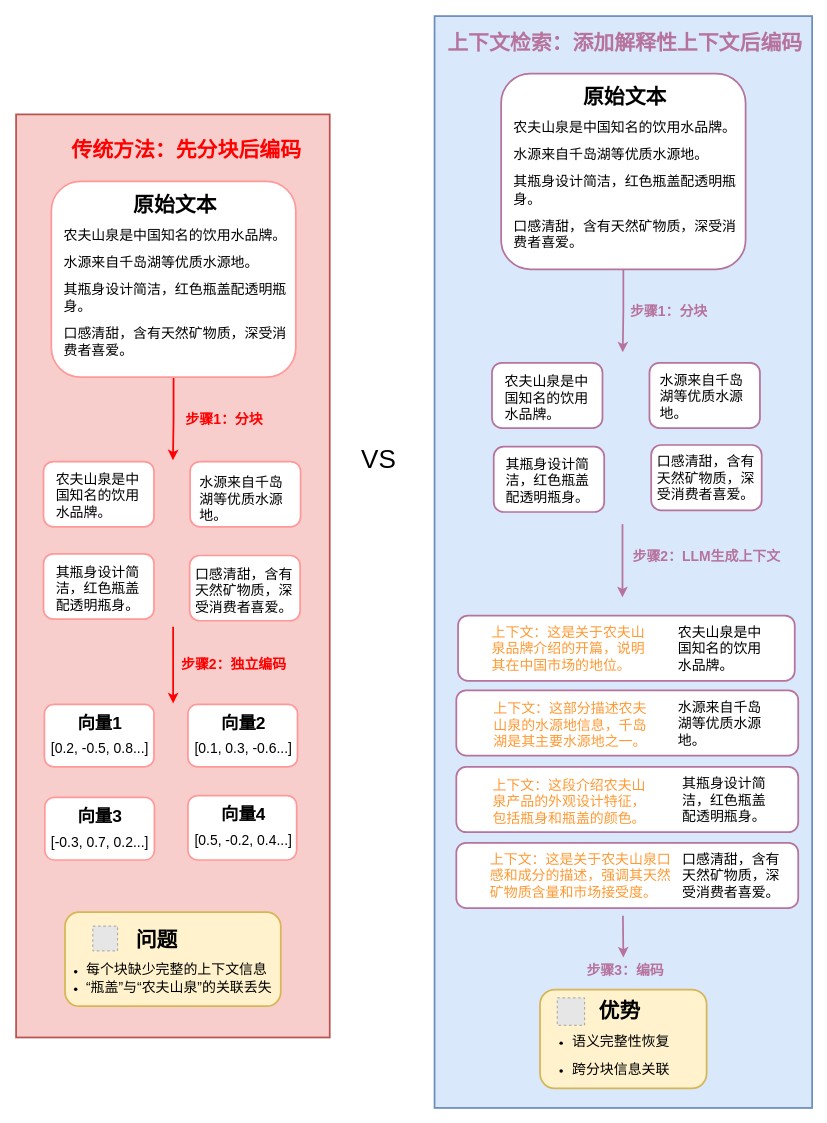
real-jiakai/draw keeps this draw.io diagram as diagrams/contextual_retrieval.drawio. Above is the earlier version. Source tidied: cells renumbered, new cells numbered last; positions are measured from the earlier drawing's top-left corner, leaving out a move shared by most shapes. Both pictures are drawn from the tidied source at 87%, with x=0, y=0 at pixel (16, 16). Pictures stored in the file or linked from it are replaced by grey dashed boxes.
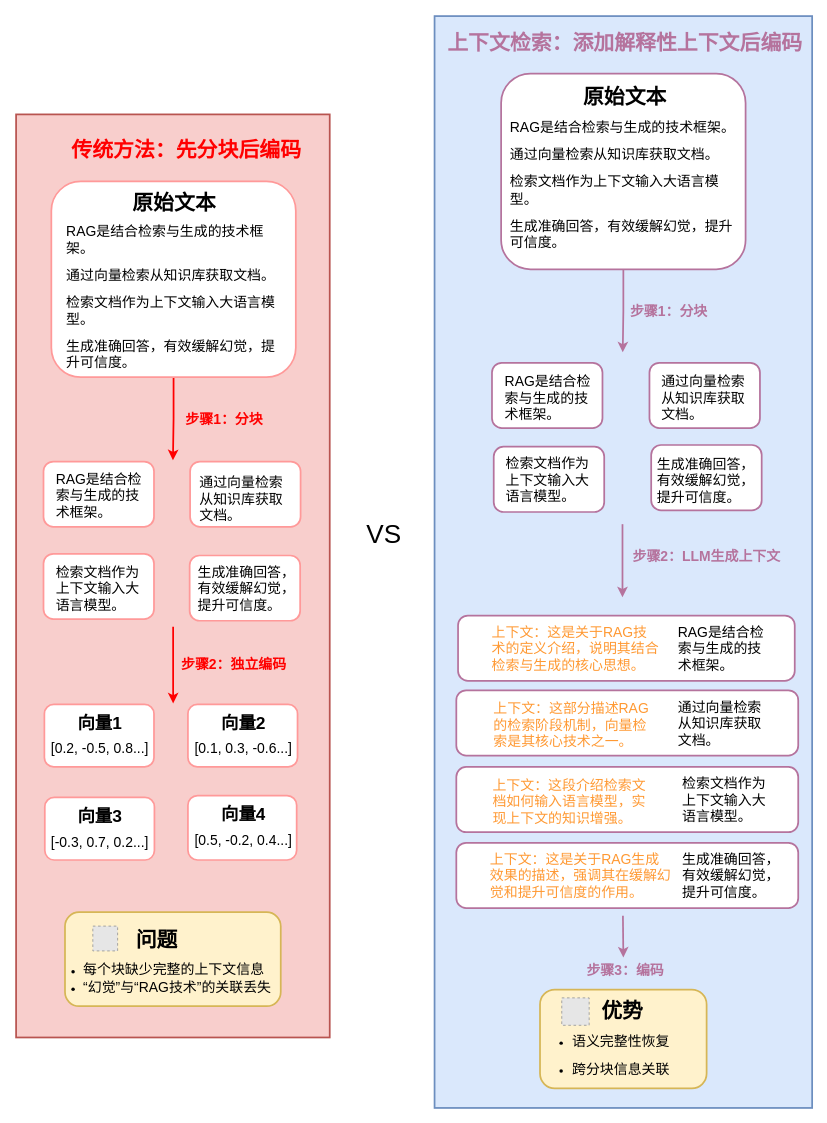
Above is the later version.

Change to the diagram source:
```diff
@@
-    <mxCell id="10" value="&lt;p style=&quot;text-align: left;&quot; dir=&quot;auto&quot;&gt;&lt;font style=&quot;font-size: 16px;&quot;&gt;农夫山泉是中国知名的饮用水品牌。&lt;/font&gt;&lt;/p&gt;&lt;p style=&quot;text-align: left;&quot; dir=&quot;auto&quot;&gt;&lt;font style=&quot;font-size: 16px;&quot;&gt;水源来自千岛湖等优质水源地。&lt;/font&gt;&lt;/p&gt;&lt;p style=&quot;text-align: left;&quot; dir=&quot;auto&quot;&gt;&lt;font style=&quot;font-size: 16px;&quot;&gt;其瓶身设计简洁，红色瓶盖配透明瓶身。&lt;/font&gt;&lt;/p&gt;&lt;p style=&quot;text-align: left;&quot; dir=&quot;auto&quot;&gt;&lt;font style=&quot;font-size: 16px;&quot;&gt;口感清甜，含有天然矿物质，&lt;/font&gt;&lt;span style=&quot;font-size: 16px; background-color: transparent; color: light-dark(rgb(0, 0, 0), rgb(255, 255, 255));&quot;&gt;深受消费者喜爱。&lt;/span&gt;&lt;/p&gt;" style="text;html=1;align=center;verticalAlign=middle;whiteSpace=wrap;rounded=0;" parent="1" vertex="1">
-      <mxGeometry x="54" y="231" width="263" height="174" as="geometry" />
+    <mxCell id="10" value="&lt;p style=&quot;text-align: left;&quot; dir=&quot;auto&quot;&gt;&lt;span style=&quot;font-size: 16px;&quot;&gt;RAG是结合检索与生成的技术框架。&lt;/span&gt;&lt;/p&gt;&lt;p style=&quot;text-align: left;&quot; dir=&quot;auto&quot;&gt;&lt;span style=&quot;font-size: 16px;&quot;&gt;通过向量检索从知识库获取文档。&lt;/span&gt;&lt;/p&gt;&lt;p style=&quot;text-align: left;&quot; dir=&quot;auto&quot;&gt;&lt;span style=&quot;font-size: 16px;&quot;&gt;检索文档作为上下文输入大语言模型。&lt;/span&gt;&lt;/p&gt;&lt;p style=&quot;text-align: left;&quot; dir=&quot;auto&quot;&gt;&lt;span style=&quot;font-size: 16px;&quot;&gt;生成准确回答，有效缓解幻觉，提升可信度。&lt;/span&gt;&lt;/p&gt;" style="text;html=1;align=center;verticalAlign=middle;whiteSpace=wrap;rounded=0;" parent="1" vertex="1">
+      <mxGeometry x="56.8" y="244" width="256.4" height="158.5" as="geometry" />
     </mxCell>
     <mxCell id="11" value="&lt;h1 style=&quot;margin-top: 0px;&quot;&gt;原始文本&lt;/h1&gt;" style="text;html=1;whiteSpace=wrap;overflow=hidden;rounded=0;" parent="1" vertex="1">
-      <mxGeometry x="132.5" y="197" width="106" height="43" as="geometry" />
+      <mxGeometry x="132" y="194" width="106" height="43" as="geometry" />
     </mxCell>
-    <mxCell id="12" value="&lt;p dir=&quot;auto&quot;&gt;&lt;font style=&quot;font-size: 16px;&quot;&gt;农夫山泉是中国知名的饮用水品牌。&lt;/font&gt;&lt;/p&gt;" style="text;html=1;align=left;verticalAlign=middle;whiteSpace=wrap;rounded=0;" parent="1" vertex="1">
+    <mxCell id="12" value="&lt;p dir=&quot;auto&quot;&gt;&lt;font style=&quot;font-size: 16px;&quot;&gt;RAG是结合检索与生成的技术框架。&lt;/font&gt;&lt;/p&gt;" style="text;html=1;align=left;verticalAlign=middle;whiteSpace=wrap;rounded=0;" parent="1" vertex="1">
       <mxGeometry x="44" y="527.5" width="111" height="47" as="geometry" />
     </mxCell>
-    <mxCell id="13" value="&lt;p dir=&quot;auto&quot;&gt;&lt;font style=&quot;font-size: 16px;&quot;&gt;水源来自千岛湖等&lt;span style=&quot;background-color: transparent; color: light-dark(rgb(0, 0, 0), rgb(255, 255, 255));&quot;&gt;优质水源地。&lt;/span&gt;&lt;/font&gt;&lt;/p&gt;" style="text;html=1;align=left;verticalAlign=middle;whiteSpace=wrap;rounded=0;" parent="1" vertex="1">
+    <mxCell id="13" value="&lt;p dir=&quot;auto&quot;&gt;&lt;span style=&quot;font-size: 16px;&quot;&gt;通过向量检索从知识库获取文档。&lt;/span&gt;&lt;/p&gt;" style="text;html=1;align=left;verticalAlign=middle;whiteSpace=wrap;rounded=0;" parent="1" vertex="1">
       <mxGeometry x="209" y="530" width="108" height="50" as="geometry" />
     </mxCell>
-    <mxCell id="14" value="&lt;p dir=&quot;auto&quot;&gt;&lt;font style=&quot;font-size: 16px;&quot;&gt;其瓶身设计简洁，&lt;span style=&quot;background-color: transparent; color: light-dark(rgb(0, 0, 0), rgb(255, 255, 255));&quot;&gt;红色瓶盖配透明瓶身。&lt;/span&gt;&lt;/font&gt;&lt;/p&gt;" style="text;html=1;align=left;verticalAlign=middle;whiteSpace=wrap;rounded=0;" parent="1" vertex="1">
+    <mxCell id="14" value="&lt;p dir=&quot;auto&quot;&gt;&lt;span style=&quot;font-size: 16px;&quot;&gt;检索文档作为上下文输入大语言模型。&lt;/span&gt;&lt;/p&gt;" style="text;html=1;align=left;verticalAlign=middle;whiteSpace=wrap;rounded=0;" parent="1" vertex="1">
       <mxGeometry x="44" y="632" width="108" height="51" as="geometry" />
     </mxCell>
-    <mxCell id="15" value="&lt;p dir=&quot;auto&quot;&gt;&lt;font style=&quot;font-size: 16px;&quot;&gt;口感清甜，&lt;span style=&quot;background-color: transparent; color: light-dark(rgb(0, 0, 0), rgb(255, 255, 255));&quot;&gt;含有天然矿物质，&lt;/span&gt;&lt;span style=&quot;background-color: transparent; color: light-dark(rgb(0, 0, 0), rgb(255, 255, 255));&quot;&gt;深受消费者喜爱。&lt;/span&gt;&lt;/font&gt;&lt;/p&gt;" style="text;html=1;align=left;verticalAlign=middle;whiteSpace=wrap;rounded=0;" parent="1" vertex="1">
-      <mxGeometry x="204" y="631" width="120.5" height="57" as="geometry" />
+    <mxCell id="15" value="&lt;p dir=&quot;auto&quot;&gt;&lt;span style=&quot;font-size: 16px;&quot;&gt;生成准确回答，有效缓解幻觉，提升可信度。&lt;/span&gt;&lt;/p&gt;" style="text;html=1;align=left;verticalAlign=middle;whiteSpace=wrap;rounded=0;" parent="1" vertex="1">
+      <mxGeometry x="206.8" y="629" width="120.5" height="57" as="geometry" />
     </mxCell>
@@
-    <mxCell id="30" value="&lt;p dir=&quot;auto&quot;&gt;&lt;/p&gt;&lt;ul&gt;&lt;li style=&quot;text-align: left;&quot;&gt;&lt;span style=&quot;background-color: transparent; color: light-dark(rgb(0, 0, 0), rgb(255, 255, 255));&quot;&gt;&lt;font style=&quot;font-size: 16px;&quot;&gt;每个块缺少完整的上下文信息&lt;/font&gt;&lt;/span&gt;&lt;/li&gt;&lt;li style=&quot;text-align: left;&quot;&gt;&lt;span style=&quot;background-color: transparent; color: light-dark(rgb(0, 0, 0), rgb(255, 255, 255));&quot;&gt;&lt;font style=&quot;font-size: 16px;&quot;&gt;“瓶盖”与“农夫山泉”的关联丢失&lt;/font&gt;&lt;/span&gt;&lt;/li&gt;&lt;/ul&gt;" style="text;html=1;align=center;verticalAlign=middle;whiteSpace=wrap;rounded=0;" parent="1" vertex="1">
-      <mxGeometry x="38.5" y="1074.5" width="257" height="62" as="geometry" />
+    <mxCell id="30" value="&lt;p dir=&quot;auto&quot;&gt;&lt;/p&gt;&lt;ul&gt;&lt;li style=&quot;text-align: left;&quot;&gt;&lt;span style=&quot;background-color: transparent; color: light-dark(rgb(0, 0, 0), rgb(255, 255, 255));&quot;&gt;&lt;font style=&quot;font-size: 16px;&quot;&gt;每个块缺少完整的上下文信息&lt;/font&gt;&lt;/span&gt;&lt;/li&gt;&lt;li style=&quot;text-align: left;&quot;&gt;&lt;span style=&quot;font-size: 16px;&quot;&gt;“幻觉”与“RAG技术”的关联丢失&lt;/span&gt;&lt;/li&gt;&lt;/ul&gt;" style="text;html=1;align=center;verticalAlign=middle;whiteSpace=wrap;rounded=0;" parent="1" vertex="1">
+      <mxGeometry x="35.5" y="1074.5" width="259" height="62" as="geometry" />
     </mxCell>
@@
-    <mxCell id="39" value="&lt;p style=&quot;text-align: left;&quot; dir=&quot;auto&quot;&gt;&lt;font style=&quot;font-size: 16px;&quot;&gt;农夫山泉是中国知名的饮用水品牌。&lt;/font&gt;&lt;/p&gt;&lt;p style=&quot;text-align: left;&quot; dir=&quot;auto&quot;&gt;&lt;font style=&quot;font-size: 16px;&quot;&gt;水源来自千岛湖等优质水源地。&lt;/font&gt;&lt;/p&gt;&lt;p style=&quot;text-align: left;&quot; dir=&quot;auto&quot;&gt;&lt;font style=&quot;font-size: 16px;&quot;&gt;其瓶身设计简洁，红色瓶盖配透明瓶身。&lt;/font&gt;&lt;/p&gt;&lt;p style=&quot;text-align: left;&quot; dir=&quot;auto&quot;&gt;&lt;font style=&quot;font-size: 16px;&quot;&gt;口感清甜，含有天然矿物质，&lt;/font&gt;&lt;span style=&quot;font-size: 16px; background-color: transparent; color: light-dark(rgb(0, 0, 0), rgb(255, 255, 255));&quot;&gt;深受消费者喜爱。&lt;/span&gt;&lt;/p&gt;" style="text;html=1;align=center;verticalAlign=middle;whiteSpace=wrap;rounded=0;" parent="1" vertex="1">
-      <mxGeometry x="571" y="107" width="263" height="174" as="geometry" />
+    <mxCell id="39" value="&lt;p dir=&quot;auto&quot; style=&quot;text-align: left;&quot;&gt;&lt;span style=&quot;font-size: 16px;&quot;&gt;RAG是结合检索与生成的技术框架。&lt;/span&gt;&lt;/p&gt;&lt;p dir=&quot;auto&quot; style=&quot;text-align: left;&quot;&gt;&lt;span style=&quot;font-size: 16px;&quot;&gt;通过向量检索从知识库获取文档。&lt;/span&gt;&lt;/p&gt;&lt;p dir=&quot;auto&quot; style=&quot;text-align: left;&quot;&gt;&lt;span style=&quot;font-size: 16px;&quot;&gt;检索文档作为上下文输入大语言模型。&lt;/span&gt;&lt;/p&gt;&lt;p dir=&quot;auto&quot; style=&quot;text-align: left;&quot;&gt;&lt;span style=&quot;font-size: 16px;&quot;&gt;生成准确回答，有效缓解幻觉，提升可信度。&lt;/span&gt;&lt;/p&gt;" style="text;html=1;align=center;verticalAlign=middle;whiteSpace=wrap;rounded=0;" parent="1" vertex="1">
+      <mxGeometry x="566.5" y="107" width="263" height="174" as="geometry" />
     </mxCell>
@@
     <mxCell id="41" value="&lt;h1 style=&quot;margin-top: 0px;&quot;&gt;优势&lt;/h1&gt;" style="text;html=1;whiteSpace=wrap;overflow=hidden;rounded=0;" parent="1" vertex="1">
-      <mxGeometry x="668" y="1123" width="58" height="42.5" as="geometry" />
+      <mxGeometry x="671" y="1123" width="58" height="42.5" as="geometry" />
     </mxCell>
@@
     <mxCell id="47" style="fillColor=#E6E6E6;strokeColor=#999999;dashed=1;verticalLabelPosition=bottom;labelBackgroundColor=default;verticalAlign=top;" parent="1" vertex="1">
-      <mxGeometry x="622" y="1128.5" width="31.5" height="31.5" as="geometry" />
+      <mxGeometry x="627.2" y="1128.5" width="31.5" height="31.5" as="geometry" />
     </mxCell>
     <mxCell id="48" value="&lt;font style=&quot;font-size: 30px;&quot;&gt;VS&lt;/font&gt;" style="text;html=1;align=center;verticalAlign=middle;whiteSpace=wrap;rounded=0;" parent="1" vertex="1">
-      <mxGeometry x="387" y="494" width="60" height="30" as="geometry" />
+      <mxGeometry x="393" y="580" width="60" height="30" as="geometry" />
     </mxCell>
@@
-    <mxCell id="50" value="&lt;p dir=&quot;auto&quot;&gt;&lt;font style=&quot;font-size: 16px;&quot;&gt;口感清甜，&lt;span style=&quot;background-color: transparent; color: light-dark(rgb(0, 0, 0), rgb(255, 255, 255));&quot;&gt;含有天然矿物质，&lt;/span&gt;&lt;span style=&quot;background-color: transparent; color: light-dark(rgb(0, 0, 0), rgb(255, 255, 255));&quot;&gt;深受消费者喜爱。&lt;/span&gt;&lt;/font&gt;&lt;/p&gt;" style="text;html=1;align=left;verticalAlign=middle;whiteSpace=wrap;rounded=0;" parent="1" vertex="1">
-      <mxGeometry x="734.5" y="502" width="120.5" height="57" as="geometry" />
+    <mxCell id="50" value="&lt;p dir=&quot;auto&quot;&gt;&lt;span style=&quot;font-size: 16px;&quot;&gt;生成准确回答，有效缓解幻觉，提升可信度。&lt;/span&gt;&lt;/p&gt;" style="text;html=1;align=left;verticalAlign=middle;whiteSpace=wrap;rounded=0;" parent="1" vertex="1">
+      <mxGeometry x="734.5" y="505" width="120.5" height="57" as="geometry" />
     </mxCell>
@@
-    <mxCell id="52" value="&lt;p dir=&quot;auto&quot;&gt;&lt;font style=&quot;font-size: 16px;&quot;&gt;其瓶身设计简洁，&lt;span style=&quot;background-color: transparent; color: light-dark(rgb(0, 0, 0), rgb(255, 255, 255));&quot;&gt;红色瓶盖配透明瓶身。&lt;/span&gt;&lt;/font&gt;&lt;/p&gt;" style="text;html=1;align=left;verticalAlign=middle;whiteSpace=wrap;rounded=0;" parent="1" vertex="1">
-      <mxGeometry x="561" y="508" width="108" height="51" as="geometry" />
+    <mxCell id="52" value="&lt;p dir=&quot;auto&quot;&gt;&lt;span style=&quot;font-size: 16px;&quot;&gt;检索文档作为上下文输入大语言模型。&lt;/span&gt;&lt;/p&gt;" style="text;html=1;align=left;verticalAlign=middle;whiteSpace=wrap;rounded=0;" parent="1" vertex="1">
+      <mxGeometry x="561" y="507" width="108" height="51" as="geometry" />
     </mxCell>
@@
-    <mxCell id="54" value="&lt;p dir=&quot;auto&quot;&gt;&lt;font style=&quot;font-size: 16px;&quot;&gt;农夫山泉是中国知名的饮用水品牌。&lt;/font&gt;&lt;/p&gt;" style="text;html=1;align=left;verticalAlign=middle;whiteSpace=wrap;rounded=0;" parent="1" vertex="1">
+    <mxCell id="54" value="&lt;p dir=&quot;auto&quot;&gt;&lt;font style=&quot;font-size: 16px;&quot;&gt;RAG是结合检索与生成的技术框架。&lt;/font&gt;&lt;/p&gt;" style="text;html=1;align=left;verticalAlign=middle;whiteSpace=wrap;rounded=0;" parent="1" vertex="1">
       <mxGeometry x="559.5" y="415" width="111" height="47" as="geometry" />
     </mxCell>
@@
-    <mxCell id="56" value="&lt;p dir=&quot;auto&quot;&gt;&lt;font style=&quot;font-size: 16px;&quot;&gt;水源来自千岛湖等&lt;span style=&quot;background-color: transparent; color: light-dark(rgb(0, 0, 0), rgb(255, 255, 255));&quot;&gt;优质水源地。&lt;/span&gt;&lt;/font&gt;&lt;/p&gt;" style="text;html=1;align=left;verticalAlign=middle;whiteSpace=wrap;rounded=0;" parent="1" vertex="1">
-      <mxGeometry x="737.5" y="412" width="108" height="50" as="geometry" />
+    <mxCell id="56" value="&lt;p dir=&quot;auto&quot;&gt;&lt;span style=&quot;font-size: 16px;&quot;&gt;通过向量检索从知识库获取文档。&lt;/span&gt;&lt;/p&gt;" style="text;html=1;align=left;verticalAlign=middle;whiteSpace=wrap;rounded=0;" parent="1" vertex="1">
+      <mxGeometry x="739.5" y="413.5" width="108" height="50" as="geometry" />
     </mxCell>
@@
-    <mxCell id="58" value="&lt;p dir=&quot;auto&quot;&gt;&lt;font style=&quot;font-size: 16px;&quot;&gt;农夫山泉是中国知名的饮用水品牌。&lt;/font&gt;&lt;/p&gt;" style="text;html=1;align=left;verticalAlign=middle;whiteSpace=wrap;rounded=0;" parent="1" vertex="1">
+    <mxCell id="58" value="&lt;p dir=&quot;auto&quot;&gt;&lt;span style=&quot;font-size: 16px;&quot;&gt;RAG是结合检索与生成的技术框架。&lt;/span&gt;&lt;/p&gt;" style="text;html=1;align=left;verticalAlign=middle;whiteSpace=wrap;rounded=0;" parent="1" vertex="1">
       <mxGeometry x="759" y="703" width="111" height="47" as="geometry" />
     </mxCell>
-    <mxCell id="59" value="&lt;p dir=&quot;auto&quot;&gt;&lt;font style=&quot;font-size: 16px; color: rgb(255, 153, 51);&quot;&gt;上下文：这是关于农夫山泉品牌介绍的开篇，说明其在中国市场的地位。&lt;/font&gt;&lt;/p&gt;" style="text;html=1;align=left;verticalAlign=middle;whiteSpace=wrap;rounded=0;" parent="1" vertex="1">
-      <mxGeometry x="545" y="694.5" width="180.5" height="64" as="geometry" />
+    <mxCell id="59" value="&lt;p dir=&quot;auto&quot;&gt;&lt;font style=&quot;font-size: 16px; color: rgb(255, 153, 51);&quot;&gt;上下文：这是关于RAG技术的定义介绍，说明其结合检索与生成的核心思想。&lt;/font&gt;&lt;/p&gt;" style="text;html=1;align=left;verticalAlign=middle;whiteSpace=wrap;rounded=0;" parent="1" vertex="1">
+      <mxGeometry x="545" y="694.5" width="196" height="64" as="geometry" />
     </mxCell>
@@
-    <mxCell id="61" value="&lt;p dir=&quot;auto&quot;&gt;&lt;font style=&quot;font-size: 16px;&quot;&gt;水源来自千岛湖等&lt;span style=&quot;background-color: transparent; color: light-dark(rgb(0, 0, 0), rgb(255, 255, 255));&quot;&gt;优质水源地。&lt;/span&gt;&lt;/font&gt;&lt;/p&gt;" style="text;html=1;align=left;verticalAlign=middle;whiteSpace=wrap;rounded=0;" parent="1" vertex="1">
+    <mxCell id="61" value="&lt;p dir=&quot;auto&quot;&gt;&lt;span style=&quot;font-size: 16px;&quot;&gt;通过向量检索从知识库获取文档。&lt;/span&gt;&lt;/p&gt;" style="text;html=1;align=left;verticalAlign=middle;whiteSpace=wrap;rounded=0;" parent="1" vertex="1">
       <mxGeometry x="759" y="787.5" width="108" height="50" as="geometry" />
     </mxCell>
-    <mxCell id="62" value="&lt;p dir=&quot;auto&quot;&gt;&lt;font style=&quot;color: rgb(255, 153, 51); font-size: 16px;&quot;&gt;上下文：这部分描述农夫山泉的水源地信息，千岛湖是其主要水源地之一。&lt;/font&gt;&lt;/p&gt;" style="text;html=1;align=left;verticalAlign=middle;whiteSpace=wrap;rounded=0;" parent="1" vertex="1">
+    <mxCell id="62" value="&lt;p dir=&quot;auto&quot;&gt;&lt;font style=&quot;color: rgb(255, 153, 51); font-size: 16px;&quot;&gt;上下文：这部分描述RAG的检索阶段机制，向量检索是其核心技术之一。&lt;/font&gt;&lt;/p&gt;" style="text;html=1;align=left;verticalAlign=middle;whiteSpace=wrap;rounded=0;" parent="1" vertex="1">
       <mxGeometry x="547" y="783" width="180.5" height="64" as="geometry" />
     </mxCell>
@@
-    <mxCell id="65" value="&lt;p dir=&quot;auto&quot;&gt;&lt;font style=&quot;font-size: 16px;&quot;&gt;其瓶身设计简洁，&lt;span style=&quot;background-color: transparent; color: light-dark(rgb(0, 0, 0), rgb(255, 255, 255));&quot;&gt;红色瓶盖配透明瓶身。&lt;/span&gt;&lt;/font&gt;&lt;/p&gt;" style="text;html=1;align=left;verticalAlign=middle;whiteSpace=wrap;rounded=0;" parent="1" vertex="1">
+    <mxCell id="65" value="&lt;p dir=&quot;auto&quot;&gt;&lt;span style=&quot;font-size: 16px;&quot;&gt;检索文档作为上下文输入大语言模型。&lt;/span&gt;&lt;/p&gt;" style="text;html=1;align=left;verticalAlign=middle;whiteSpace=wrap;rounded=0;" parent="1" vertex="1">
       <mxGeometry x="764" y="875" width="108" height="51" as="geometry" />
     </mxCell>
-    <mxCell id="66" value="&lt;p dir=&quot;auto&quot;&gt;&lt;font color=&quot;#ff9933&quot;&gt;&lt;span style=&quot;font-size: 16px;&quot;&gt;上下文：这段介绍农夫山泉产品的外观设计特征，包括瓶身和瓶盖的颜色。&lt;/span&gt;&lt;/font&gt;&lt;/p&gt;" style="text;html=1;align=left;verticalAlign=middle;whiteSpace=wrap;rounded=0;" parent="1" vertex="1">
+    <mxCell id="66" value="&lt;p dir=&quot;auto&quot;&gt;&lt;font color=&quot;#ff9933&quot;&gt;&lt;span style=&quot;font-size: 16px;&quot;&gt;上下文：&lt;/span&gt;&lt;/font&gt;&lt;span style=&quot;background-color: transparent; font-size: 16px;&quot;&gt;&lt;font color=&quot;#ff9933&quot;&gt;这段介绍检索文档如何输入语言模型，实现上下文的知识增强。&lt;/font&gt;&lt;/span&gt;&lt;/p&gt;" style="text;html=1;align=left;verticalAlign=middle;whiteSpace=wrap;rounded=0;" parent="1" vertex="1">
       <mxGeometry x="545.5" y="870.5" width="180.5" height="64" as="geometry" />
     </mxCell>
-    <mxCell id="67" value="&lt;p dir=&quot;auto&quot;&gt;&lt;font style=&quot;font-size: 16px;&quot;&gt;口感清甜，&lt;span style=&quot;background-color: transparent; color: light-dark(rgb(0, 0, 0), rgb(255, 255, 255));&quot;&gt;含有天然矿物质，&lt;/span&gt;&lt;span style=&quot;background-color: transparent; color: light-dark(rgb(0, 0, 0), rgb(255, 255, 255));&quot;&gt;深受消费者喜爱。&lt;/span&gt;&lt;/font&gt;&lt;/p&gt;" style="text;html=1;align=left;verticalAlign=middle;whiteSpace=wrap;rounded=0;" parent="1" vertex="1">
+    <mxCell id="67" value="&lt;p dir=&quot;auto&quot;&gt;&lt;span style=&quot;font-size: 16px;&quot;&gt;生成准确回答，有效缓解幻觉，提升可信度。&lt;/span&gt;&lt;/p&gt;" style="text;html=1;align=left;verticalAlign=middle;whiteSpace=wrap;rounded=0;" parent="1" vertex="1">
       <mxGeometry x="764" y="959.2" width="120.5" height="57" as="geometry" />
     </mxCell>
-    <mxCell id="68" value="&lt;p dir=&quot;auto&quot;&gt;&lt;font color=&quot;#ff9933&quot;&gt;&lt;span style=&quot;font-size: 16px;&quot;&gt;上下文：这是关于农夫山泉口感和成分的描述，强调其天然矿物质含量和市场接受度。&lt;/span&gt;&lt;/font&gt;&lt;/p&gt;" style="text;html=1;align=left;verticalAlign=middle;whiteSpace=wrap;rounded=0;" parent="1" vertex="1">
+    <mxCell id="68" value="&lt;p dir=&quot;auto&quot;&gt;&lt;font color=&quot;#ff9933&quot;&gt;&lt;span style=&quot;font-size: 16px;&quot;&gt;上下文：&lt;/span&gt;&lt;/font&gt;&lt;span style=&quot;background-color: transparent; font-size: 16px;&quot;&gt;&lt;font color=&quot;#ff9933&quot;&gt;这是关于RAG生成效果的描述，强调其在缓解幻觉和提升可信度的作用。&lt;/font&gt;&lt;/span&gt;&lt;/p&gt;" style="text;html=1;align=left;verticalAlign=middle;whiteSpace=wrap;rounded=0;" parent="1" vertex="1">
       <mxGeometry x="542.5" y="946.5" width="211" height="82.5" as="geometry" />
     </mxCell>
```
